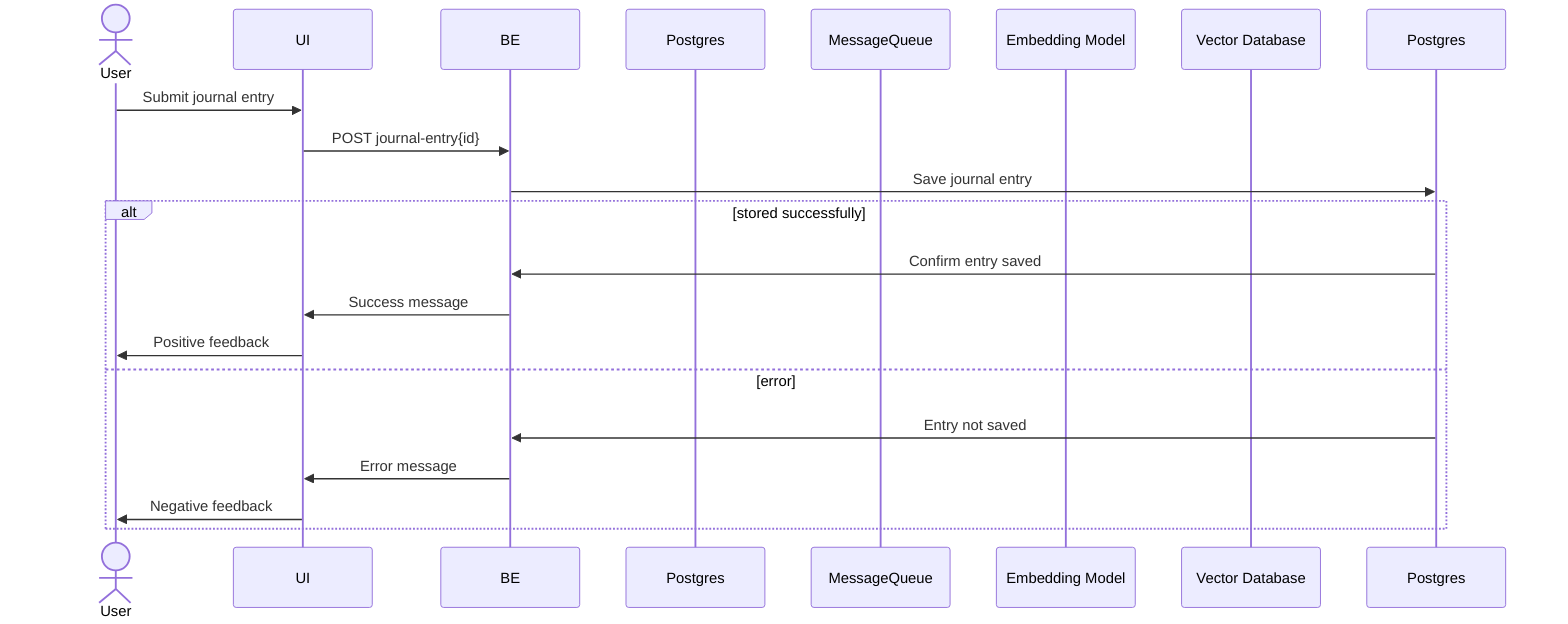
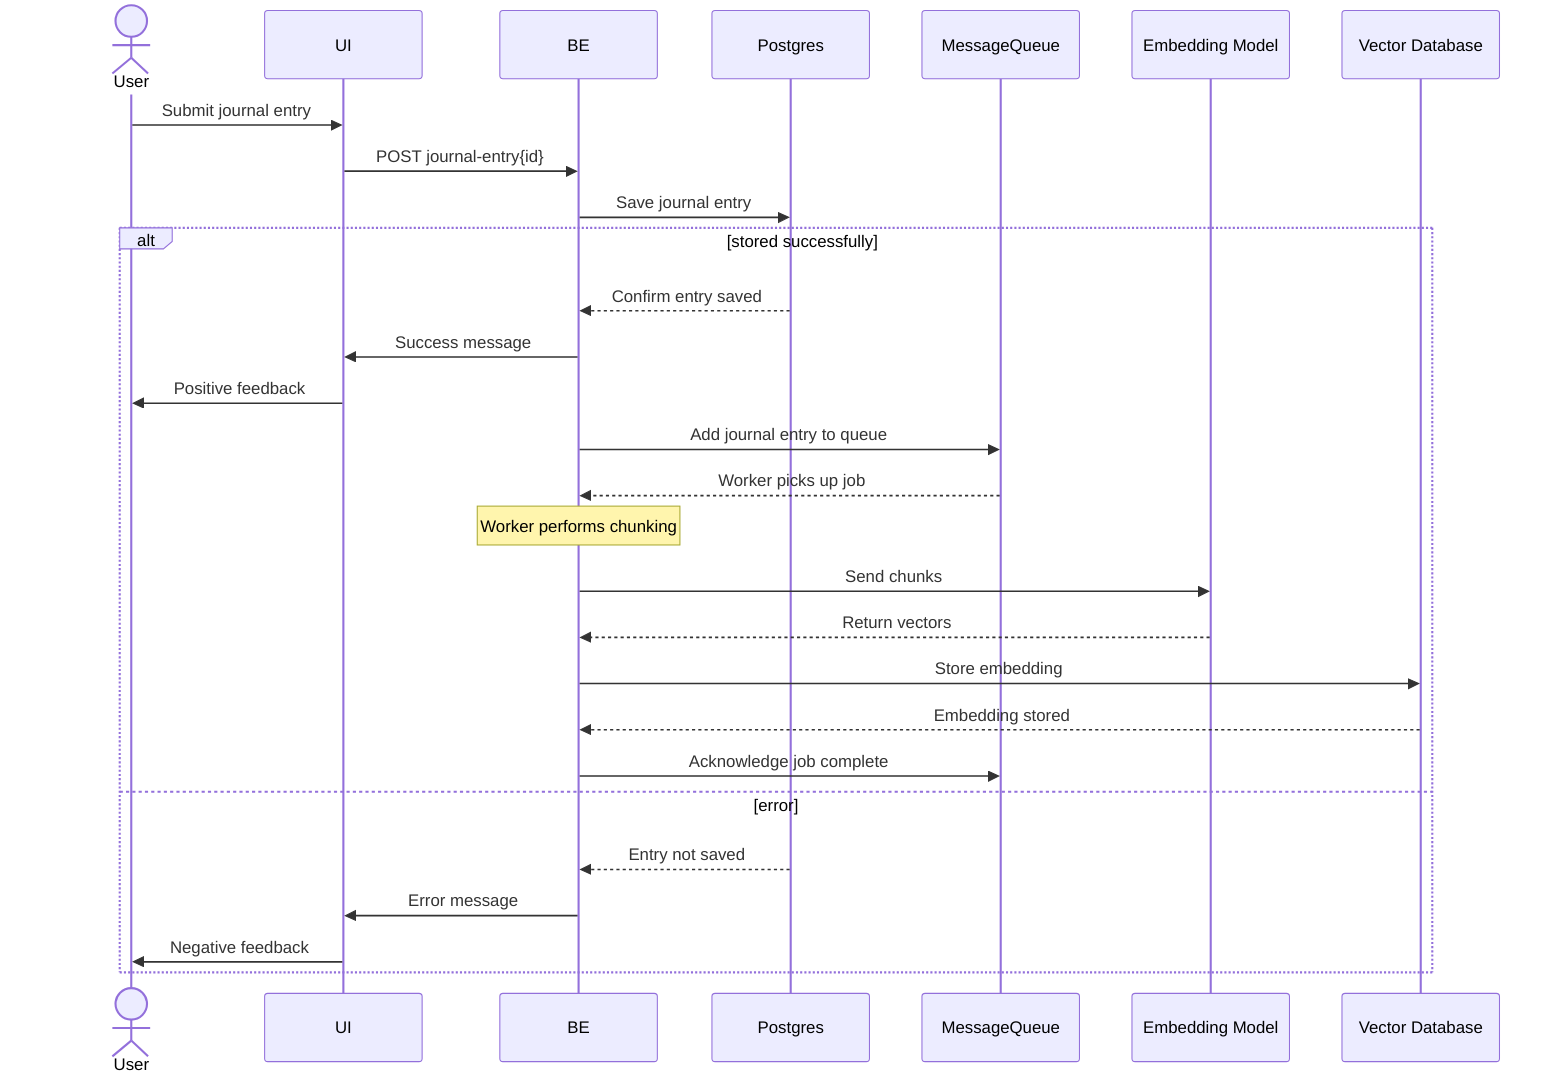
sequenceDiagram
actor User
participant UI
participant BE
participant PG as Postgres
participant MQ as MessageQueue
participant EM as Embedding Model
participant VD as Vector Database

User->>UI: Submit journal entry
UI->>BE: POST journal-entry{id}
- BE->>Postgres: Save journal entry
+ BE->>PG: Save journal entry
+ 

alt stored successfully
-     Postgres->>BE: Confirm entry saved
+     PG -->>BE: Confirm entry saved
    BE ->> UI: Success message
    UI ->> User: Positive feedback
+     BE ->> MQ: Add journal entry to queue
+     MQ -->> BE: Worker picks up job
+     Note over BE: Worker performs chunking
+     BE ->> EM: Send chunks
+     EM -->> BE: Return vectors
+     BE ->> VD: Store embedding
+     VD -->> BE: Embedding stored
+     BE ->> MQ: Acknowledge job complete
else error
-     Postgres->>BE: Entry not saved
+     PG -->>BE: Entry not saved
    BE ->> UI: Error message
    UI ->> User: Negative feedback
- end+ end
